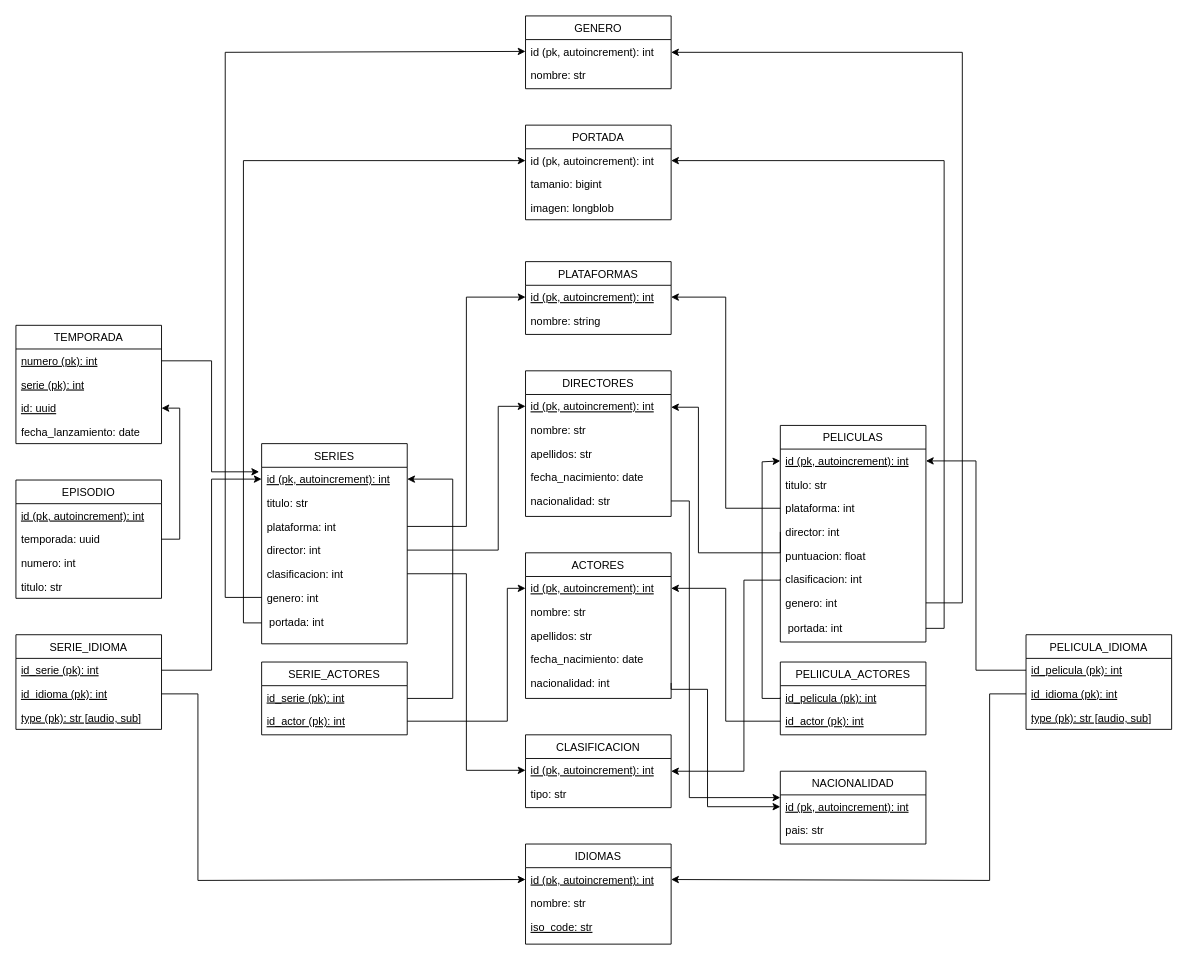
Above: database/database_fisico_avanzado.drawio in Master-VIU/MASW04_actividad_1 (draw.io), before the change. Source tidied: cells renumbered, new cells numbered last; positions are measured from the earlier drawing's top-left corner, leaving out a move shared by most shapes. Both pictures are drawn from the tidied source at 91%, with x=0, y=0 at pixel (15, 15).
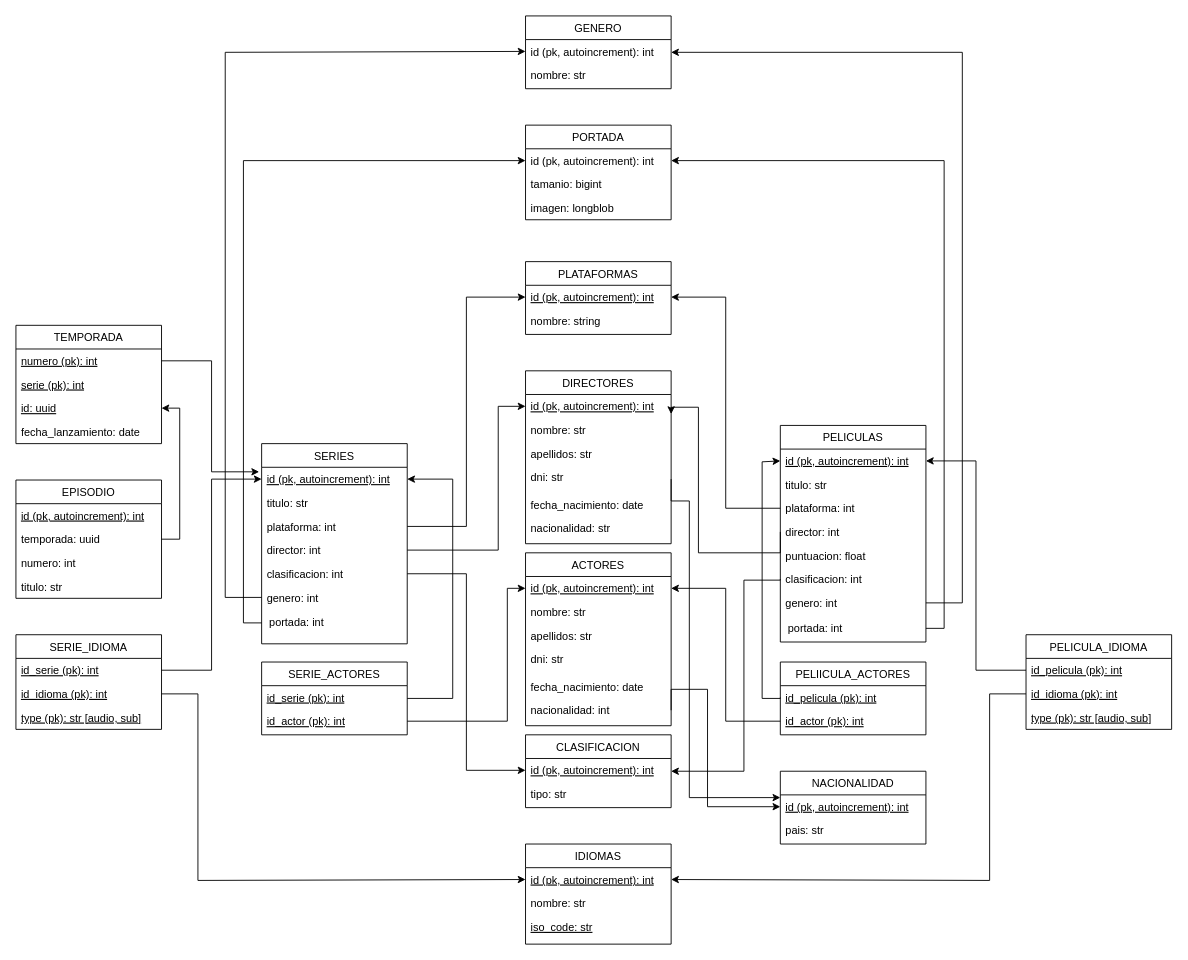
Above is the later version.

Commit message:
Se agrgea el campo dni a la tabla Director y Actor

What changed in the source:
```diff
@@
     <mxCell id="5" value="DIRECTORES" style="swimlane;fontStyle=0;align=center;verticalAlign=top;horizontal=1;startSize=26;rounded=0;shadow=0;strokeWidth=1;" parent="1" vertex="1">
-      <mxGeometry x="560" y="390" width="160" height="160" as="geometry" />
+      <mxGeometry x="560" y="390" width="160" height="190" as="geometry" />
     </mxCell>
@@
+    <mxCell id="10" value="dni: str" style="text;align=left;verticalAlign=top;spacingLeft=4;spacingRight=4;overflow=hidden;points=[[0,0.5],[1,0.5]];portConstraint=eastwest;rounded=0;shadow=0;html=0;" parent="5" vertex="1">
+      <mxGeometry y="104" width="160" height="30" as="geometry" />
+    </mxCell>
     <mxCell id="9" value="fecha_nacimiento: date" style="text;align=left;verticalAlign=top;spacingLeft=4;spacingRight=4;overflow=hidden;rounded=0;shadow=0;html=0;" parent="5" vertex="1">
-      <mxGeometry y="104" width="160" height="26" as="geometry" />
+      <mxGeometry y="134" width="160" height="26" as="geometry" />
     </mxCell>
-    <mxCell id="10" value="nacionalidad: str" style="text;align=left;verticalAlign=top;spacingLeft=4;spacingRight=4;overflow=hidden;points=[[0,0.5],[1,0.5]];portConstraint=eastwest;rounded=0;shadow=0;html=0;" parent="5" vertex="1">
-      <mxGeometry y="130" width="160" height="26" as="geometry" />
-    </mxCell>
+    <mxCell id="97" value="nacionalidad: str" style="text;align=left;verticalAlign=top;spacingLeft=4;spacingRight=4;overflow=hidden;rounded=0;shadow=0;html=0;" parent="5" vertex="1">
+      <mxGeometry y="160" width="160" height="30" as="geometry" />
+    </mxCell>
     <mxCell id="11" value="ACTORES" style="swimlane;fontStyle=0;align=center;verticalAlign=top;horizontal=1;startSize=26;rounded=0;shadow=0;strokeWidth=1;" parent="1" vertex="1">
-      <mxGeometry x="560" y="590" width="160" height="160" as="geometry" />
+      <mxGeometry x="560" y="590" width="160" height="190" as="geometry" />
     </mxCell>
@@
+    <mxCell id="98" value="dni: str" style="text;align=left;verticalAlign=top;spacingLeft=4;spacingRight=4;overflow=hidden;rounded=0;shadow=0;html=0;" parent="11" vertex="1">
+      <mxGeometry y="104" width="160" height="30" as="geometry" />
+    </mxCell>
     <mxCell id="15" value="fecha_nacimiento: date" style="text;align=left;verticalAlign=top;spacingLeft=4;spacingRight=4;overflow=hidden;rounded=0;shadow=0;html=0;" parent="11" vertex="1">
-      <mxGeometry y="104" width="160" height="26" as="geometry" />
+      <mxGeometry y="134" width="160" height="26" as="geometry" />
     </mxCell>
     <mxCell id="16" value="nacionalidad: int" style="text;align=left;verticalAlign=top;spacingLeft=4;spacingRight=4;overflow=hidden;points=[[0,0.5],[1,0.5]];portConstraint=eastwest;rounded=0;shadow=0;html=0;" parent="11" vertex="1">
-      <mxGeometry y="130" width="160" height="26" as="geometry" />
+      <mxGeometry y="160" width="160" height="26" as="geometry" />
     </mxCell>
```
